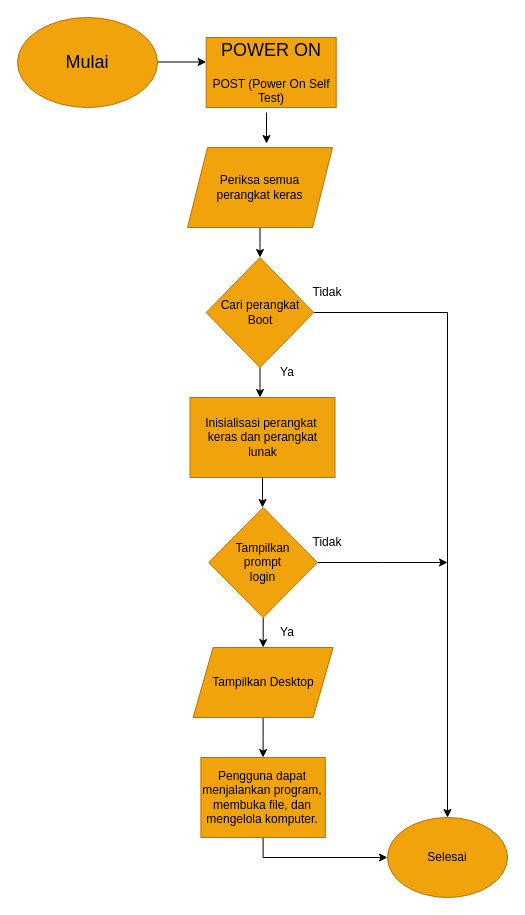
This is boot.drawio from Mardzyska/SysOP24-3123521008-, a draw.io file, before an edit. Source tidied: cells renumbered, new cells numbered last; positions are measured from the earlier drawing's top-left corner, leaving out a move shared by most shapes. Both pictures are drawn from the tidied source at 100%, with x=0, y=0 at pixel (17, 17).
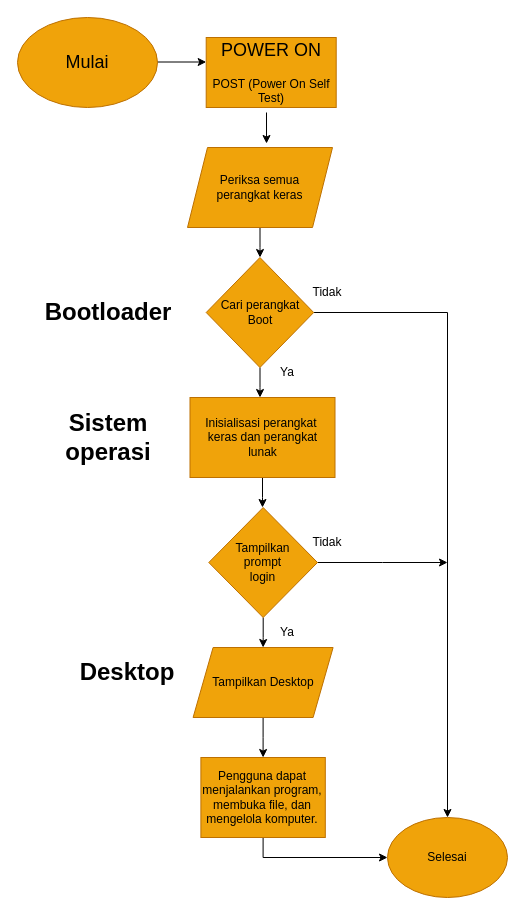
The same diagram, later.

The edit, as a diff of the source:
```diff
@@
+    <mxCell id="25" value="&lt;h1&gt;Bootloader&lt;/h1&gt;" style="text;strokeColor=none;align=center;fillColor=none;html=1;verticalAlign=middle;whiteSpace=wrap;rounded=0;" parent="1" vertex="1">
+      <mxGeometry x="60.6" y="280" width="60" height="30" as="geometry" />
+    </mxCell>
+    <mxCell id="26" value="&lt;h1&gt;Sistem operasi&lt;/h1&gt;" style="text;strokeColor=none;align=center;fillColor=none;html=1;verticalAlign=middle;whiteSpace=wrap;rounded=0;" parent="1" vertex="1">
+      <mxGeometry x="5.6" y="405" width="170" height="30" as="geometry" />
+    </mxCell>
+    <mxCell id="27" value="&lt;h1&gt;Desktop&lt;/h1&gt;" style="text;strokeColor=none;align=center;fillColor=none;html=1;verticalAlign=middle;whiteSpace=wrap;rounded=0;" parent="1" vertex="1">
+      <mxGeometry x="80" y="640" width="60" height="30" as="geometry" />
+    </mxCell>
```
